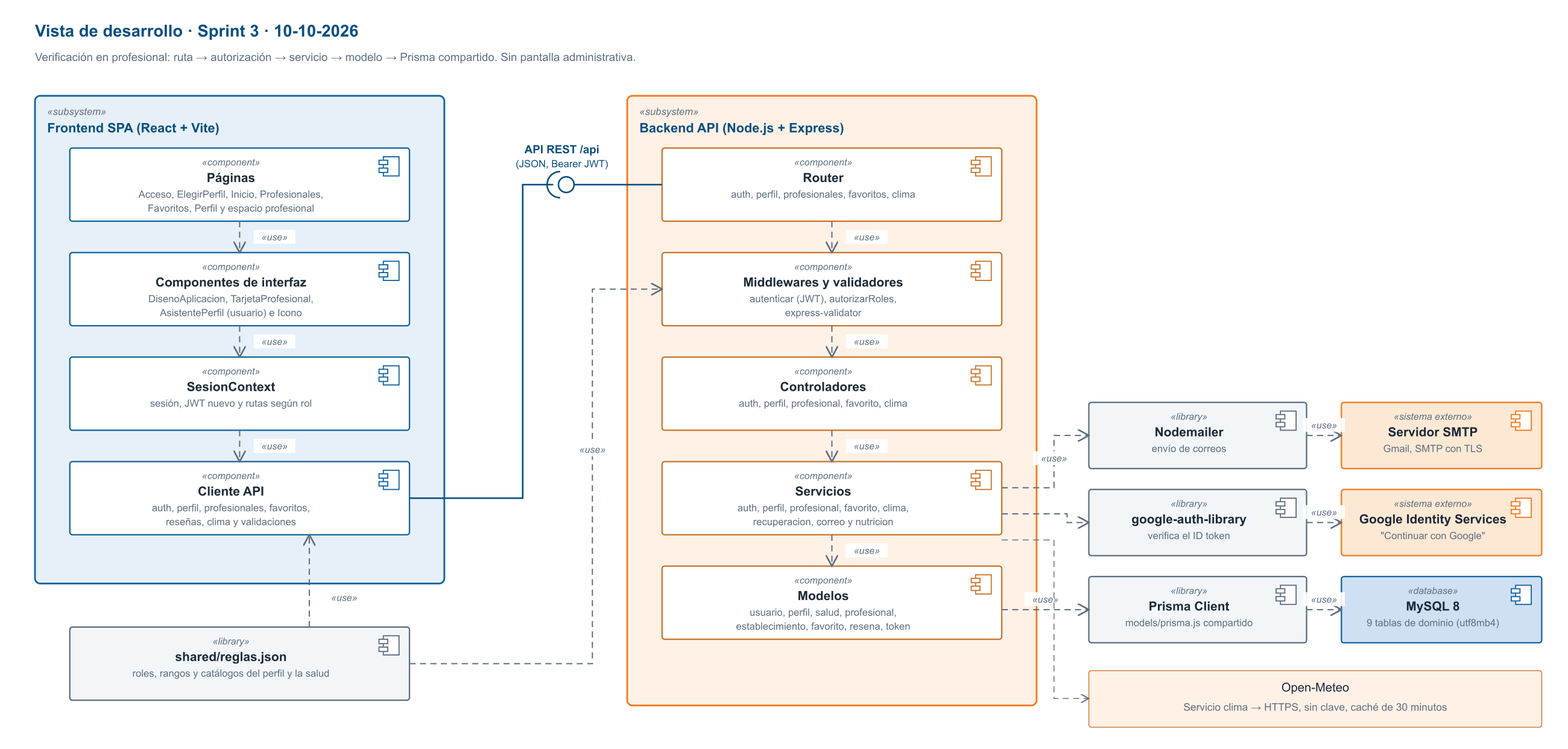
Above: FASE 2/Evidencias Proyecto/Evidencias de documentación/Diagramas (Miro)/Actualización Sprint 3/07_Vista_de_Desarrollo.png in rodriacr/FitSearch (Mermaid), before the change. Its source is kept beside it as FASE 2/Evidencias Proyecto/Evidencias de documentación/Diagramas (Miro)/Actualización Sprint 3/07_Vista_de_Desarrollo.mmd.
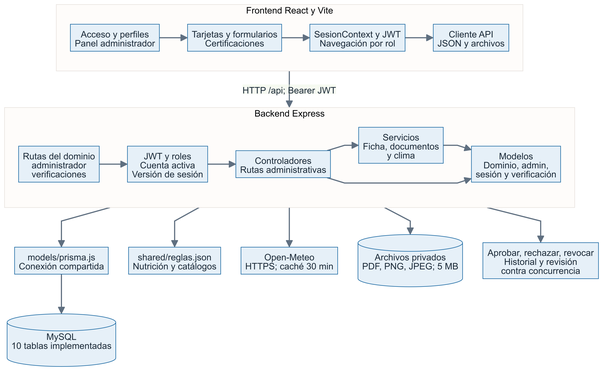
Above is the later version.

Change to the diagram source:
```diff
@@ -1,22 +1,26 @@
-flowchart LR
+flowchart TB
   subgraph SPA[Frontend React y Vite]
-    P["Acceso y Elegir perfil, Inicio, Perfil y espacio profesional"]
-    C["Componentes, tarjetas, asistente de usuario e iconos"]
-    S["SesionContext, sesión, JWT y navegación por rol"]
-    A["Cliente API, auth, perfil, profesionales, favoritos, reseñas y clima"]
+    direction LR
+    P["Acceso y perfiles<br/>Panel administrador"]
+    C["Tarjetas y formularios<br/>Certificaciones"]
+    S["SesionContext y JWT<br/>Navegación por rol"]
+    A["Cliente API<br/>JSON y archivos"]
     P --> C --> S --> A
   end
   subgraph API[Backend Express]
-    R["Rutas: auth, perfil, profesionales, favoritos y clima"]
-    M["JWT, autorización de roles y validadores"]
-    K["Controladores"]
-    V["Servicios, profesional verifica y clima usa Open-Meteo"]
-    D["Modelos: usuario, perfil, salud, profesional, favorito, resena y establecimiento"]
+    direction LR
+    R["Rutas del dominio<br/>administrador<br/>verificaciones"]
+    M["JWT y roles<br/>Cuenta activa<br/>Versión de sesión"]
+    K["Controladores<br/>Rutas administrativas"]
+    V["Servicios<br/>Ficha, documentos<br/>y clima"]
+    D["Modelos<br/>Dominio, admin,<br/>sesión y verificación"]
     R --> M --> K --> V --> D
+    K --> D
   end
-  A -->|"HTTP JSON y Bearer JWT"| R
-  D --> PR["models/prisma.js, conexión compartida"]
-  PR --> DB[("MySQL, 9 tablas de dominio")]
-  V --> G["shared/reglas.json y nutrición"]
-  V --> O["Open-Meteo, HTTPS, caché 30 minutos"]
-  N["Verificación: PATCH profesionales/:id/verificar, solo administrador. Sin pantalla administrativa"]
+  SPA -->|"HTTP /api; Bearer JWT"| API
+  API --> PR["models/prisma.js<br/>Conexión compartida"]
+  PR --> DB[("MySQL<br/>10 tablas implementadas")]
+  API --> G["shared/reglas.json<br/>Nutrición y catálogos"]
+  API --> O["Open-Meteo<br/>HTTPS; caché 30 min"]
+  API --> F[("Archivos privados<br/>PDF, PNG, JPEG; 5 MB")]
+  API --> N["Aprobar, rechazar, revocar<br/>Historial y revisión<br/>contra concurrencia"]
```
